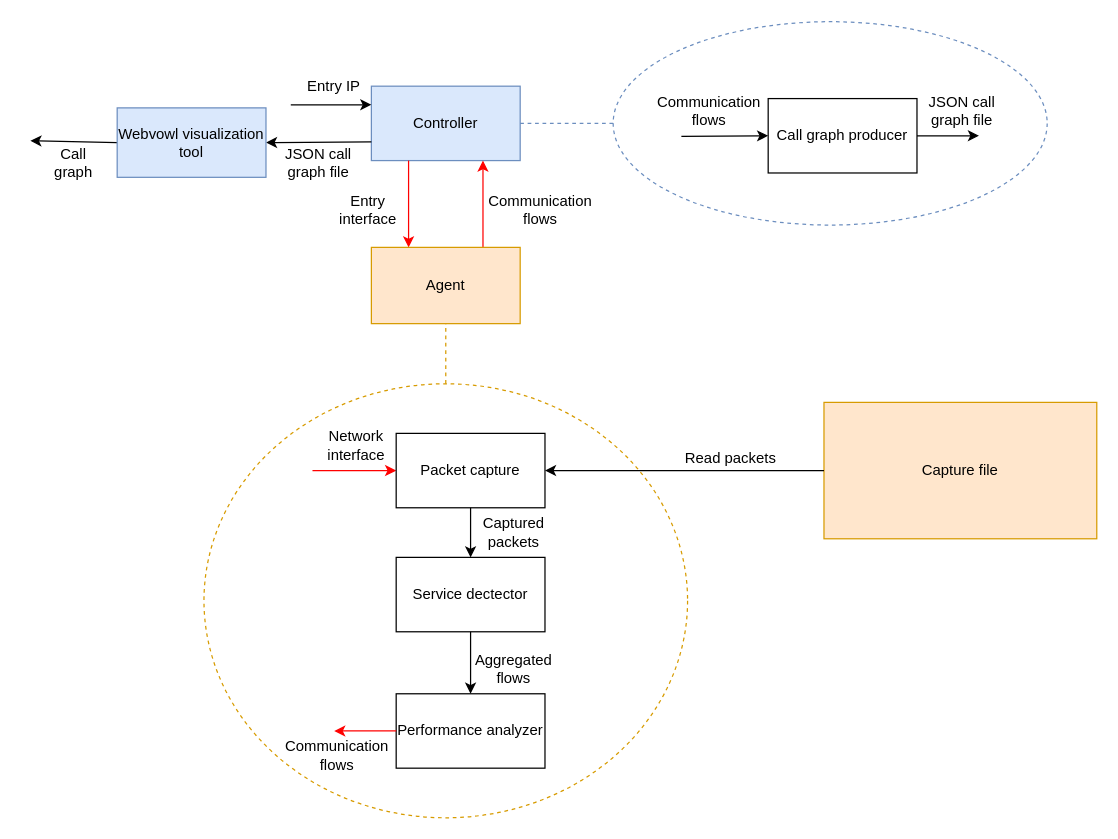
The draw.io diagram page "capture file" (3 of 4) of diagrams/DyMonD Architecture.drawio in aaronlohner/DyMonD, before the edit. Source tidied: cells renumbered, new cells numbered last; positions are measured from the earlier drawing's top-left corner, leaving out a move shared by most shapes. Both pictures are drawn from the tidied source at 124%, with x=0, y=0 at pixel (30, 21).
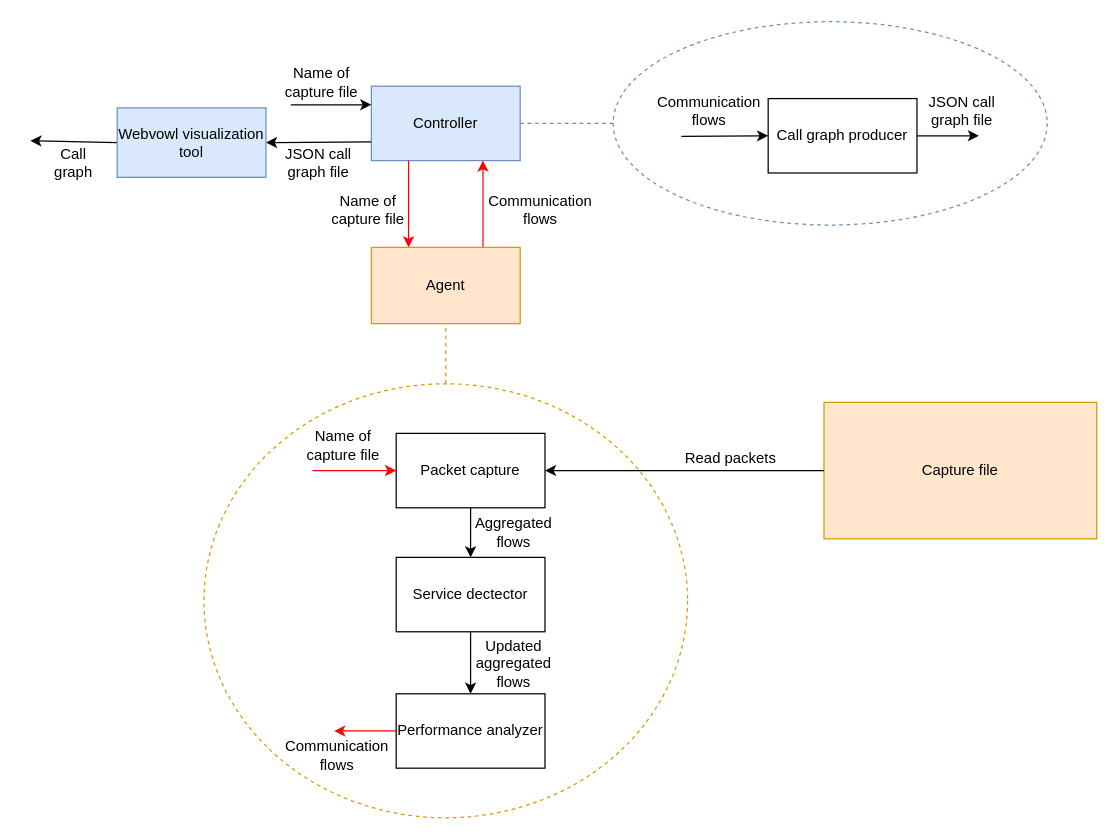
The same page after the edit.

The edit, as a diff of the source:
```diff
@@
-    <mxCell id="5" value="Entry IP" style="text;html=1;strokeColor=none;fillColor=none;align=center;verticalAlign=middle;whiteSpace=wrap;rounded=0;dashed=1;" parent="1" vertex="1">
-      <mxGeometry x="220" y="42" width="50" height="20" as="geometry" />
+    <mxCell id="5" value="Name of capture file" style="text;html=1;strokeColor=none;fillColor=none;align=center;verticalAlign=middle;whiteSpace=wrap;rounded=0;dashed=1;" parent="1" vertex="1">
+      <mxGeometry x="200" y="39" width="70" height="20" as="geometry" />
     </mxCell>
-    <mxCell id="6" value="Entry interface" style="text;html=1;strokeColor=none;fillColor=none;align=center;verticalAlign=middle;whiteSpace=wrap;rounded=0;dashed=1;" parent="1" vertex="1">
+    <mxCell id="6" value="Name of capture file" style="text;html=1;strokeColor=none;fillColor=none;align=center;verticalAlign=middle;whiteSpace=wrap;rounded=0;dashed=1;" parent="1" vertex="1">
       <mxGeometry x="240" y="142" width="65" height="20" as="geometry" />
     </mxCell>
@@
-    <mxCell id="32" value="Network interface" style="text;html=1;strokeColor=none;fillColor=none;align=center;verticalAlign=middle;whiteSpace=wrap;rounded=0;dashed=1;" parent="1" vertex="1">
-      <mxGeometry x="237.5" y="332" width="50" height="20" as="geometry" />
-    </mxCell>
-    <mxCell id="33" value="Captured packets" style="text;html=1;strokeColor=none;fillColor=none;align=center;verticalAlign=middle;whiteSpace=wrap;rounded=0;dashed=1;" parent="1" vertex="1">
-      <mxGeometry x="365" y="402" width="50" height="20" as="geometry" />
-    </mxCell>
-    <mxCell id="34" value="Aggregated flows" style="text;html=1;strokeColor=none;fillColor=none;align=center;verticalAlign=middle;whiteSpace=wrap;rounded=0;dashed=1;" parent="1" vertex="1">
-      <mxGeometry x="365" y="512" width="50" height="20" as="geometry" />
+    <mxCell id="34" value="Updated&lt;br&gt;aggregated flows" style="text;html=1;strokeColor=none;fillColor=none;align=center;verticalAlign=middle;whiteSpace=wrap;rounded=0;dashed=1;" parent="1" vertex="1">
+      <mxGeometry x="365" y="508" width="50" height="20" as="geometry" />
     </mxCell>
@@
+    <mxCell id="38" value="Aggregated flows" style="text;html=1;strokeColor=none;fillColor=none;align=center;verticalAlign=middle;whiteSpace=wrap;rounded=0;dashed=1;" parent="1" vertex="1">
+      <mxGeometry x="365" y="402" width="50" height="20" as="geometry" />
+    </mxCell>
+    <mxCell id="39" value="Name of capture file" style="text;html=1;strokeColor=none;fillColor=none;align=center;verticalAlign=middle;whiteSpace=wrap;rounded=0;dashed=1;" parent="1" vertex="1">
+      <mxGeometry x="220" y="332" width="65" height="20" as="geometry" />
+    </mxCell>
```
